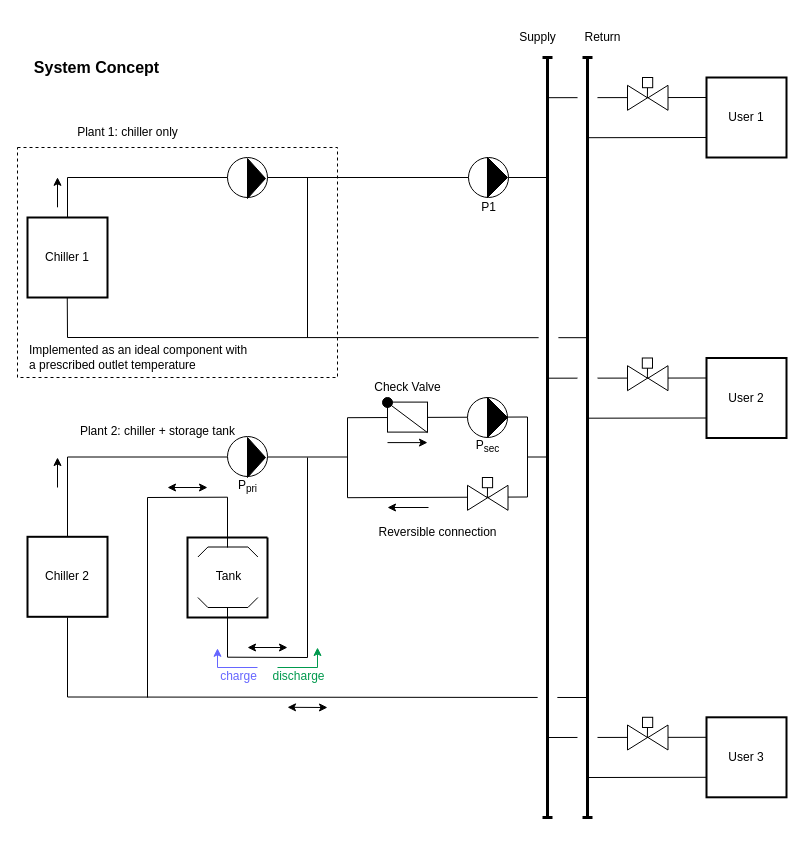
lbl-srg/modelica-buildings keeps this draw.io diagram as Buildings/Resources/Images/Fluid/Storage/Plant/SystemConcept.drawio. Above is the earlier version. Source tidied: cells renumbered, new cells numbered last; positions are measured from the earlier drawing's top-left corner, leaving out a move shared by most shapes. Both pictures are drawn from the tidied source at 100%, with x=0, y=0 at pixel (17, 22).
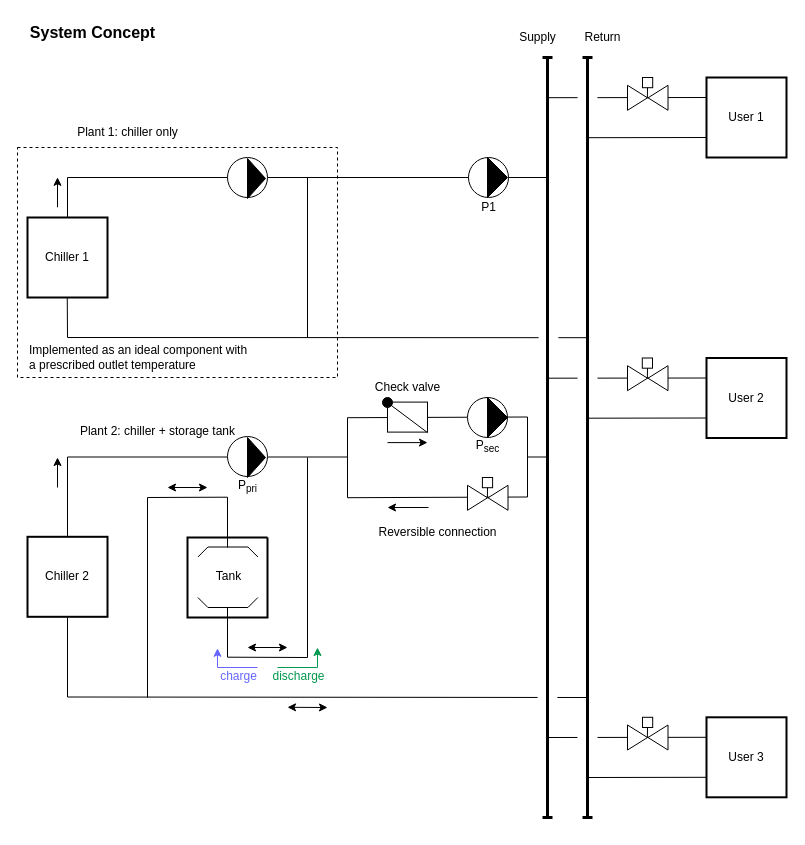
The same diagram, later.

Diff of the diagram source:
```diff
@@
     <mxCell id="4" value="&lt;b&gt;&lt;font style=&quot;font-size: 16px&quot;&gt;System Concept&lt;/font&gt;&lt;/b&gt;" style="text;html=1;align=center;verticalAlign=middle;strokeColor=none;fillColor=none;strokeWidth=1;" parent="1" vertex="1">
-      <mxGeometry x="4" y="30" width="150" height="30" as="geometry" />
+      <mxGeometry y="-5" width="150" height="30" as="geometry" />
     </mxCell>
@@
-    <mxCell id="83" value="Check Valve" style="text;html=1;align=center;verticalAlign=middle;strokeColor=none;fillColor=none;" parent="1" vertex="1">
+    <mxCell id="83" value="Check valve" style="text;html=1;align=center;verticalAlign=middle;strokeColor=none;fillColor=none;" parent="1" vertex="1">
       <mxGeometry x="345" y="350" width="90" height="30" as="geometry" />
     </mxCell>
```
